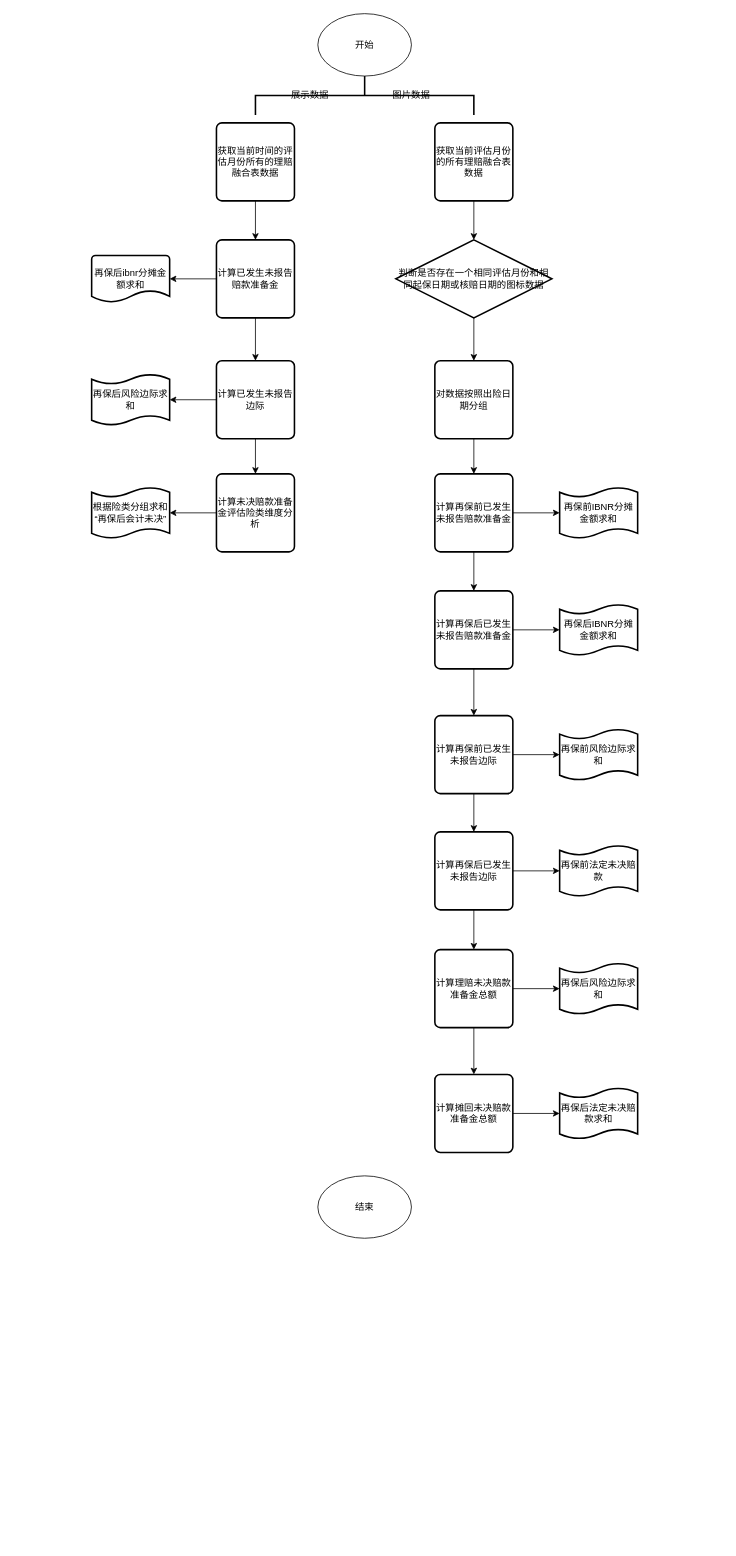
Earlier version of the draw.io diagram 未命名绘图.drawio (zp17762835004/e-commerce). Source tidied: cells renumbered, new cells numbered last; positions are measured from the earlier drawing's top-left corner, leaving out a move shared by most shapes. Both pictures are drawn from the tidied source at 78%, with x=0, y=0 at pixel (91, 13).
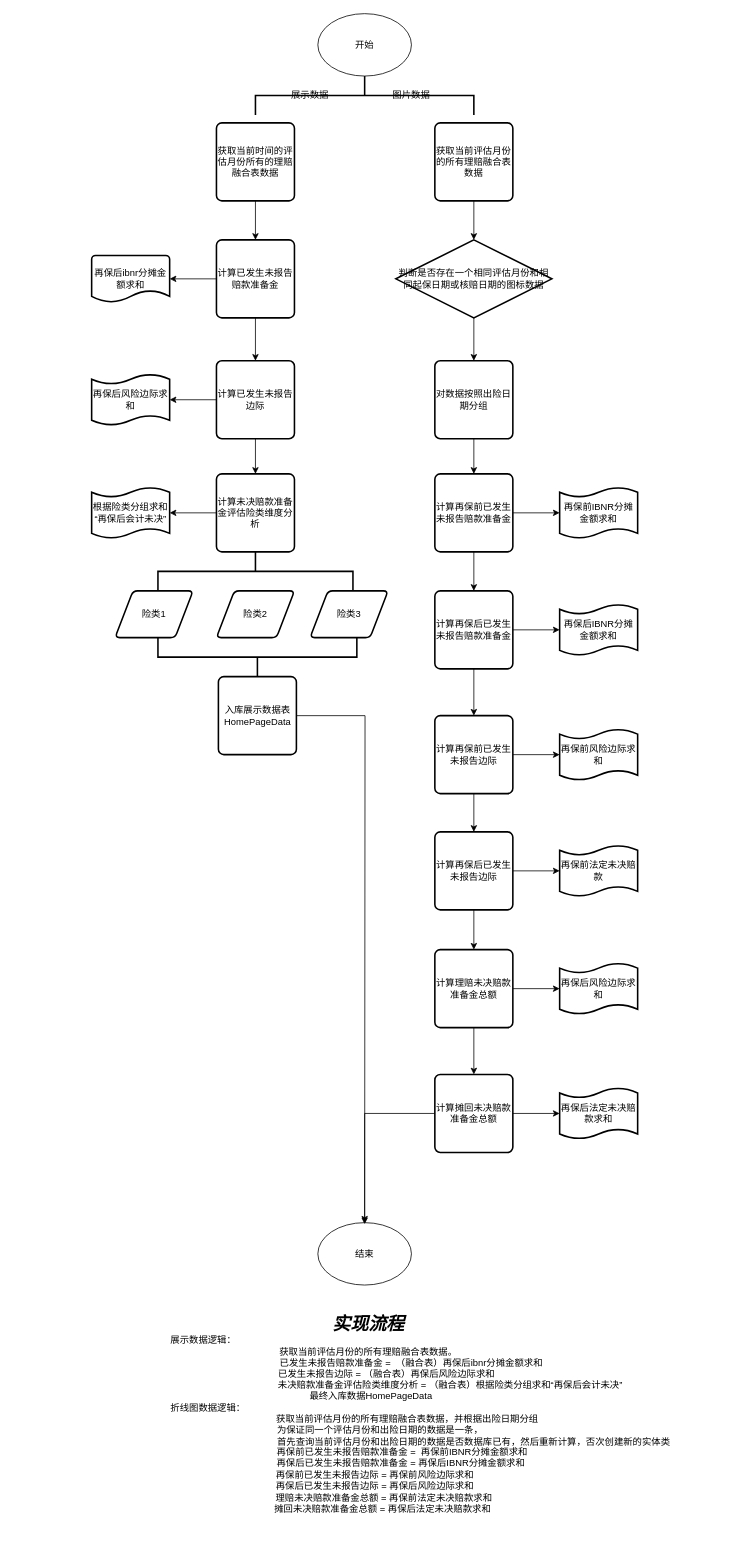
The same diagram, later.

Commit message:
更新未命名绘图.drawio

The change refers to these unchanged cells:
```xml
<mxCell id="47" value="计算摊回未决赔款准备金总额" style="rounded=1;whiteSpace=wrap;html=1;absoluteArcSize=1;arcSize=14;strokeWidth=2;" parent="1" vertex="1">
  <mxGeometry x="440" y="1360" width="100" height="100" as="geometry" />
</mxCell>
```

Diff of the diagram source:
```diff
@@
     <mxCell id="3" value="结束" style="ellipse;whiteSpace=wrap;html=1;" parent="1" vertex="1">
-      <mxGeometry x="290" y="1490" width="120" height="80" as="geometry" />
+      <mxGeometry x="290" y="1550" width="120" height="80" as="geometry" />
     </mxCell>
@@
+    <mxCell id="49" style="edgeStyle=orthogonalEdgeStyle;rounded=0;jettySize=auto;html=1;entryX=0.5;entryY=0;entryDx=0;entryDy=0;" parent="1" edge="1" source="47" target="3">
+      <mxGeometry relative="1" as="geometry" />
+    </mxCell>
@@
+    <mxCell id="50" value="&lt;b&gt;&lt;i&gt;&lt;font style=&quot;font-size: 23px;&quot;&gt;实现流程&lt;/font&gt;&lt;/i&gt;&lt;/b&gt;&lt;br&gt;&lt;div style=&quot;text-align: left;&quot;&gt;&lt;span style=&quot;background-color: initial;&quot;&gt;&amp;nbsp; &amp;nbsp; &amp;nbsp; &amp;nbsp; &amp;nbsp; &amp;nbsp; &amp;nbsp; &amp;nbsp; &amp;nbsp; &amp;nbsp; &amp;nbsp; &amp;nbsp; &amp;nbsp; &amp;nbsp; &amp;nbsp; &amp;nbsp; &amp;nbsp; &amp;nbsp; &amp;nbsp; &amp;nbsp; 展示数据逻辑：&lt;/span&gt;&lt;/div&gt;获取当前评估月份的所有理赔融合表数据。&lt;br&gt;&amp;nbsp; &amp;nbsp; &amp;nbsp; &amp;nbsp; &amp;nbsp; &amp;nbsp; &amp;nbsp; &amp;nbsp; &amp;nbsp; &amp;nbsp; &amp;nbsp; &amp;nbsp; &amp;nbsp; &amp;nbsp; &amp;nbsp; &amp;nbsp; &amp;nbsp;已发生未报告赔款准备金 =&amp;nbsp; （融合表）再保后ibnr分摊金额求和&lt;br&gt;&amp;nbsp; &amp;nbsp; &amp;nbsp; &amp;nbsp; &amp;nbsp; &amp;nbsp; &amp;nbsp; 已发生未报告边际 = （融合表）再保后风险边际求和&lt;br&gt;&amp;nbsp; &amp;nbsp; &amp;nbsp; &amp;nbsp; &amp;nbsp; &amp;nbsp; &amp;nbsp; &amp;nbsp; &amp;nbsp; &amp;nbsp; &amp;nbsp; &amp;nbsp; &amp;nbsp; &amp;nbsp; &amp;nbsp; &amp;nbsp; &amp;nbsp; &amp;nbsp; &amp;nbsp; &amp;nbsp; &amp;nbsp; &amp;nbsp; &amp;nbsp; &amp;nbsp; &amp;nbsp; &amp;nbsp; &amp;nbsp; &amp;nbsp; &amp;nbsp; &amp;nbsp; &amp;nbsp; &amp;nbsp;未决赔款准备金评估险类维度分析 = （融合表）根据险类分组求和“再保后会计未决”&lt;br&gt;&amp;nbsp; 最终入库数据HomePageData&lt;br&gt;&lt;div style=&quot;text-align: left;&quot;&gt;&lt;span style=&quot;background-color: initial;&quot;&gt;&amp;nbsp; &amp;nbsp; &amp;nbsp; &amp;nbsp; &amp;nbsp; &amp;nbsp; &amp;nbsp; &amp;nbsp; &amp;nbsp; &amp;nbsp; &amp;nbsp; &amp;nbsp; &amp;nbsp; &amp;nbsp; &amp;nbsp; &amp;nbsp; &amp;nbsp; &amp;nbsp; &amp;nbsp; &amp;nbsp; 折线图数据逻辑：&lt;/span&gt;&lt;/div&gt;&lt;div style=&quot;&quot;&gt;&lt;span style=&quot;background-color: initial;&quot;&gt;&amp;nbsp; &amp;nbsp; &amp;nbsp; &amp;nbsp; &amp;nbsp; &amp;nbsp; &amp;nbsp; &amp;nbsp; &amp;nbsp; &amp;nbsp; &amp;nbsp; &amp;nbsp; &amp;nbsp; &amp;nbsp; &amp;nbsp; 获取当前评估月份的所有理赔融合表数据，并根据出险日期分组&lt;/span&gt;&lt;/div&gt;&lt;div style=&quot;&quot;&gt;&amp;nbsp; &amp;nbsp; &amp;nbsp; &amp;nbsp; &amp;nbsp;为保证同一个评估月份和出险日期的数据是一条，&lt;/div&gt;&lt;div style=&quot;&quot;&gt;&amp;nbsp; &amp;nbsp; &amp;nbsp; &amp;nbsp; &amp;nbsp; &amp;nbsp; &amp;nbsp; &amp;nbsp; &amp;nbsp; &amp;nbsp; &amp;nbsp; &amp;nbsp; &amp;nbsp; &amp;nbsp; &amp;nbsp; &amp;nbsp; &amp;nbsp; &amp;nbsp; &amp;nbsp; &amp;nbsp; &amp;nbsp; &amp;nbsp; &amp;nbsp; &amp;nbsp; &amp;nbsp; &amp;nbsp; &amp;nbsp; &amp;nbsp; &amp;nbsp; &amp;nbsp; &amp;nbsp; &amp;nbsp; &amp;nbsp; &amp;nbsp; &amp;nbsp; &amp;nbsp; &amp;nbsp; &amp;nbsp; &amp;nbsp; &amp;nbsp; &amp;nbsp;首先查询当前评估月份和出险日期的数据是否数据库已有，然后重新计算，否次创建新的实体类&lt;/div&gt;&lt;div style=&quot;&quot;&gt;&amp;nbsp; &amp;nbsp; &amp;nbsp; &amp;nbsp; &amp;nbsp; &amp;nbsp; &amp;nbsp; &amp;nbsp; &amp;nbsp; &amp;nbsp; &amp;nbsp; &amp;nbsp; &amp;nbsp; 再保前已发生未报告赔款准备金 =&amp;nbsp; 再保前IBNR分摊金额求和&lt;/div&gt;&lt;div style=&quot;&quot;&gt;&amp;nbsp; &amp;nbsp; &amp;nbsp; &amp;nbsp; &amp;nbsp; &amp;nbsp; &amp;nbsp; &amp;nbsp; &amp;nbsp; &amp;nbsp; &amp;nbsp; &amp;nbsp; &amp;nbsp;再保后已发生未报告赔款准备金 = 再保后IBNR分摊金额求和&lt;/div&gt;&lt;div style=&quot;&quot;&gt;&amp;nbsp; &amp;nbsp; &amp;nbsp;再保前已发生未报告边际 = 再保前风险边际求和&lt;/div&gt;&lt;div style=&quot;&quot;&gt;&amp;nbsp; &amp;nbsp; &amp;nbsp;再保后已发生未报告边际 = 再保后风险边际求和&lt;/div&gt;&lt;div style=&quot;&quot;&gt;&amp;nbsp; &amp;nbsp; &amp;nbsp; &amp;nbsp; &amp;nbsp; &amp;nbsp; 理赔未决赔款准备金总额 = 再保前法定未决赔款求和&lt;/div&gt;&lt;div style=&quot;&quot;&gt;&amp;nbsp; &amp;nbsp; &amp;nbsp; &amp;nbsp; &amp;nbsp; &amp;nbsp;摊回未决赔款准备金总额 = 再保后法定未决赔款求和&lt;/div&gt;" style="text;strokeColor=none;align=center;fillColor=none;html=1;verticalAlign=middle;whiteSpace=wrap;rounded=0;" parent="1" vertex="1">
+      <mxGeometry x="-100" y="1630" width="910" height="330" as="geometry" />
+    </mxCell>
+    <mxCell id="51" value="险类1" style="shape=parallelogram;html=1;strokeWidth=2;perimeter=parallelogramPerimeter;whiteSpace=wrap;rounded=1;arcSize=12;size=0.23;" parent="1" vertex="1">
+      <mxGeometry x="30" y="740" width="100" height="60" as="geometry" />
+    </mxCell>
+    <mxCell id="52" value="险类2" style="shape=parallelogram;html=1;strokeWidth=2;perimeter=parallelogramPerimeter;whiteSpace=wrap;rounded=1;arcSize=12;size=0.23;" parent="1" vertex="1">
+      <mxGeometry x="160" y="740" width="100" height="60" as="geometry" />
+    </mxCell>
+    <mxCell id="53" value="险类3" style="shape=parallelogram;html=1;strokeWidth=2;perimeter=parallelogramPerimeter;whiteSpace=wrap;rounded=1;arcSize=12;size=0.23;" parent="1" vertex="1">
+      <mxGeometry x="280" y="740" width="100" height="60" as="geometry" />
+    </mxCell>
+    <mxCell id="54" style="strokeWidth=2;html=1;shape=mxgraph.flowchart.annotation_2;align=left;labelPosition=right;direction=south;" parent="1" vertex="1">
+      <mxGeometry x="85" y="690" width="250" height="50" as="geometry" />
+    </mxCell>
+    <mxCell id="55" style="strokeWidth=2;html=1;shape=mxgraph.flowchart.annotation_2;align=left;labelPosition=right;direction=north;" parent="1" vertex="1">
+      <mxGeometry x="85" y="800" width="255" height="50" as="geometry" />
+    </mxCell>
+    <mxCell id="56" style="edgeStyle=orthogonalEdgeStyle;rounded=0;jettySize=auto;html=1;" parent="1" edge="1" source="57">
+      <mxGeometry relative="1" as="geometry">
+        <mxPoint x="350" y="1552" as="targetPoint" />
+      </mxGeometry>
+    </mxCell>
+    <mxCell id="57" value="入库展示数据表HomePageData" style="rounded=1;whiteSpace=wrap;html=1;absoluteArcSize=1;arcSize=14;strokeWidth=2;" parent="1" vertex="1">
+      <mxGeometry x="162.5" y="850" width="100" height="100" as="geometry" />
+    </mxCell>
```
